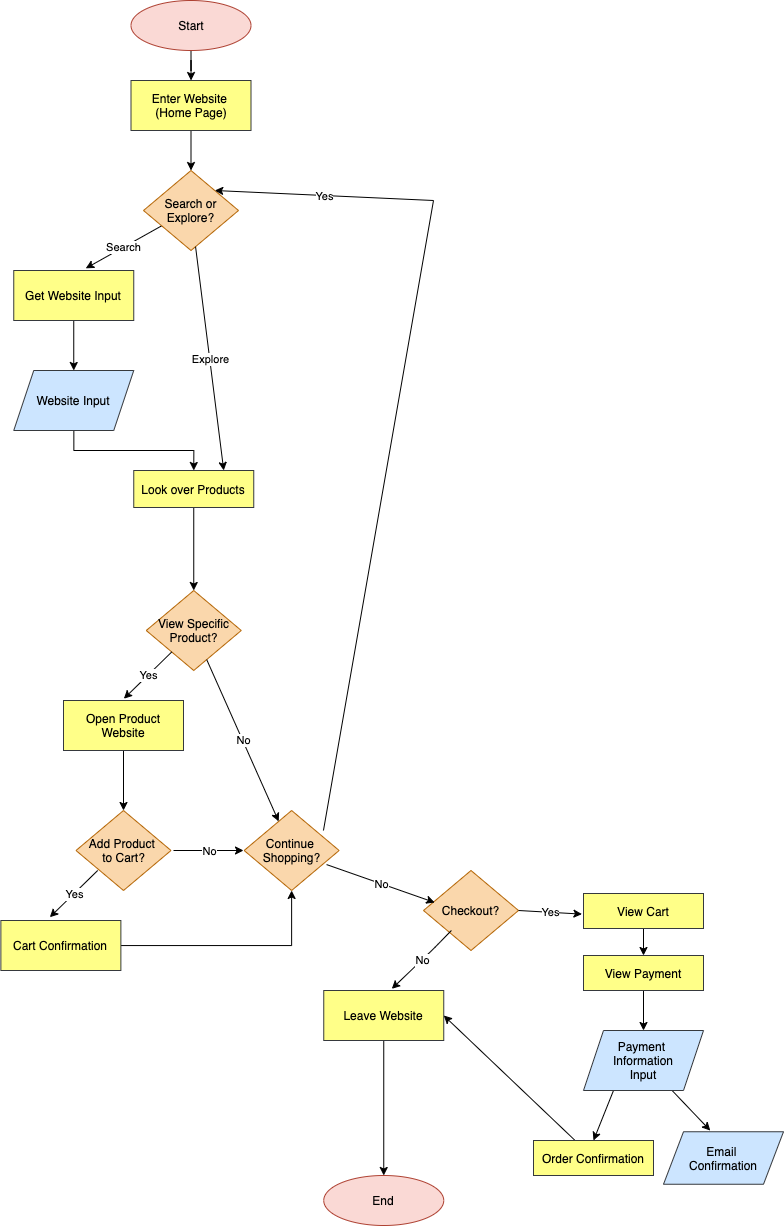
Before: part2/part2.drawio.png, a diagram exported from draw.io (anoushkadave/wi21-cse110-lab4). Source tidied: cells renumbered, new cells last; positions are measured from the earlier drawing's top-left corner, leaving out a move shared by most shapes.
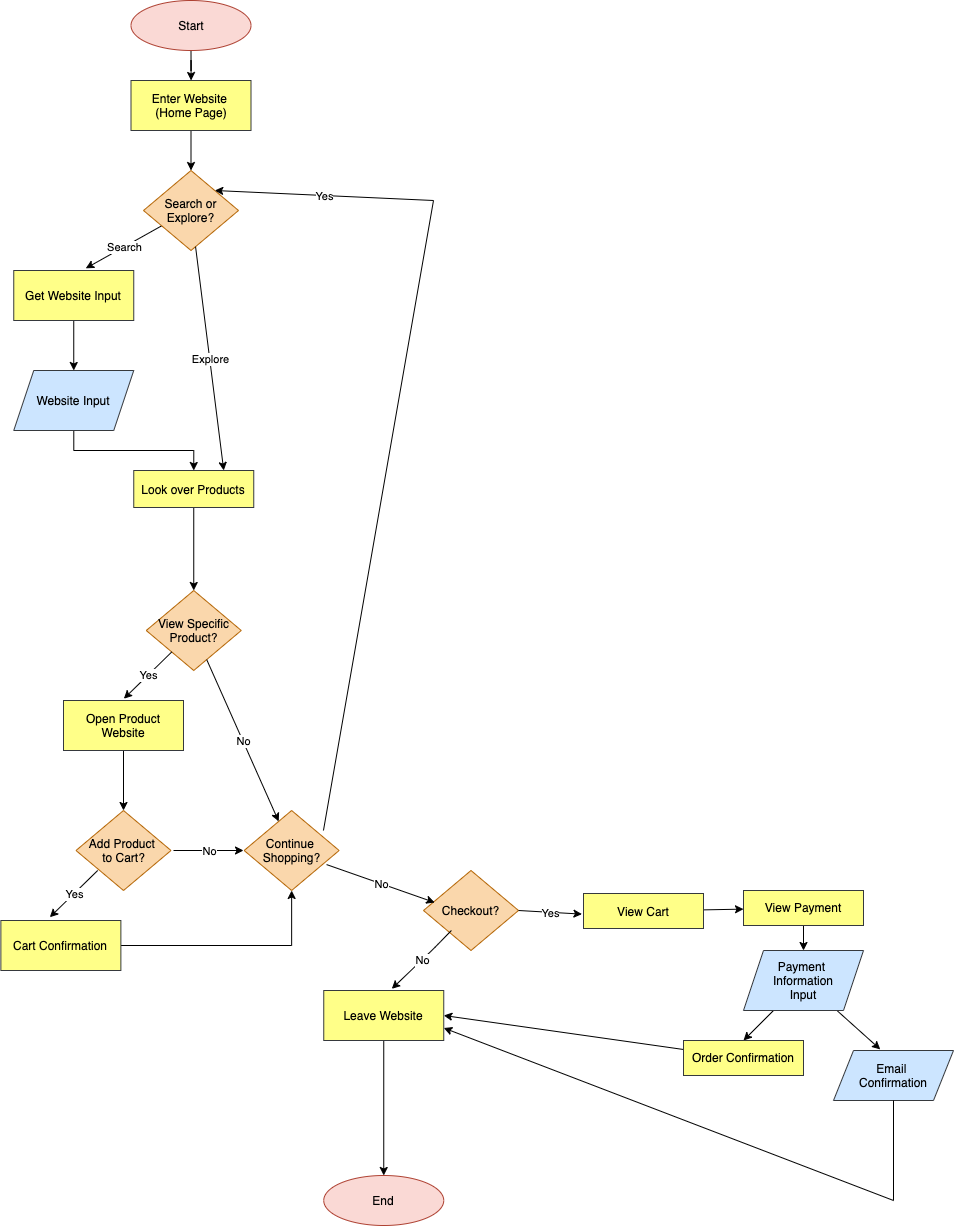
After the commit.

Change to the diagram source:
```diff
@@ -83,7 +83,7 @@
       <mxGeometry relative="1" as="geometry" />
     </mxCell>
     <mxCell id="28" value="View Payment" style="rounded=0;whiteSpace=wrap;html=1;fillColor=#ffff88;strokeColor=#36393d;fontColor=#000000;" parent="1" vertex="1">
-      <mxGeometry x="583" y="955" width="120" height="35" as="geometry" />
+      <mxGeometry x="743" y="890" width="120" height="35" as="geometry" />
     </mxCell>
     <mxCell id="29" style="edgeStyle=none;rounded=0;jettySize=auto;html=1;exitX=0.25;exitY=1;exitDx=0;exitDy=0;entryX=0.5;entryY=0;entryDx=0;entryDy=0;fontColor=#FFFFFF;" parent="1" edge="1" source="31" target="33">
       <mxGeometry relative="1" as="geometry" />
@@ -92,16 +92,16 @@
       <mxGeometry relative="1" as="geometry" />
     </mxCell>
     <mxCell id="31" value="Payment&amp;nbsp;&lt;br&gt;Information&lt;br&gt;Input" style="shape=parallelogram;perimeter=parallelogramPerimeter;whiteSpace=wrap;html=1;fixedSize=1;fillColor=#cce5ff;strokeColor=#36393d;fontColor=#000000;" parent="1" vertex="1">
-      <mxGeometry x="583" y="1030" width="120" height="60" as="geometry" />
+      <mxGeometry x="743" y="950" width="120" height="60" as="geometry" />
     </mxCell>
     <mxCell id="32" style="edgeStyle=none;rounded=0;jettySize=auto;html=1;entryX=1;entryY=0.5;entryDx=0;entryDy=0;fontColor=#FFFFFF;" parent="1" edge="1" source="33" target="24">
       <mxGeometry relative="1" as="geometry" />
     </mxCell>
     <mxCell id="33" value="Order Confirmation" style="rounded=0;whiteSpace=wrap;html=1;fillColor=#ffff88;strokeColor=#36393d;fontColor=#000000;" parent="1" vertex="1">
-      <mxGeometry x="533" y="1140" width="120" height="35" as="geometry" />
+      <mxGeometry x="683" y="1040" width="120" height="35" as="geometry" />
     </mxCell>
     <mxCell id="34" value="Email &lt;br&gt;Confirmation" style="shape=parallelogram;perimeter=parallelogramPerimeter;whiteSpace=wrap;html=1;fixedSize=1;fillColor=#cce5ff;strokeColor=#36393d;fontColor=#000000;" parent="1" vertex="1">
-      <mxGeometry x="663" y="1131.2" width="120" height="52.5" as="geometry" />
+      <mxGeometry x="833" y="1050" width="120" height="50" as="geometry" />
     </mxCell>
     <mxCell id="35" style="endArrow=classic;html=1;fontColor=#000000;entryX=0.503;entryY=-0.036;entryDx=0;entryDy=0;entryPerimeter=0;" parent="1" edge="1" source="10" target="16">
       <mxGeometry relative="1" as="geometry" />
@@ -176,5 +176,15 @@
     <mxCell id="54" value="Yes" style="edgeLabel;html=1;align=center;verticalAlign=middle;" parent="53" vertex="1">
       <mxGeometry relative="1" as="geometry" />
     </mxCell>
+    <mxCell id="55" style="endArrow=none;html=1;entryX=0.5;entryY=1;entryDx=0;entryDy=0;" parent="1" edge="1" target="34">
+      <mxGeometry relative="1" as="geometry">
+        <mxPoint x="893" y="1200" as="sourcePoint" />
+      </mxGeometry>
+    </mxCell>
+    <mxCell id="56" style="endArrow=classic;html=1;entryX=1;entryY=0.75;entryDx=0;entryDy=0;" parent="1" edge="1" target="24">
+      <mxGeometry relative="1" as="geometry">
+        <mxPoint x="893" y="1200" as="sourcePoint" />
+      </mxGeometry>
+    </mxCell>
   </root>
 </mxGraphModel>
```
